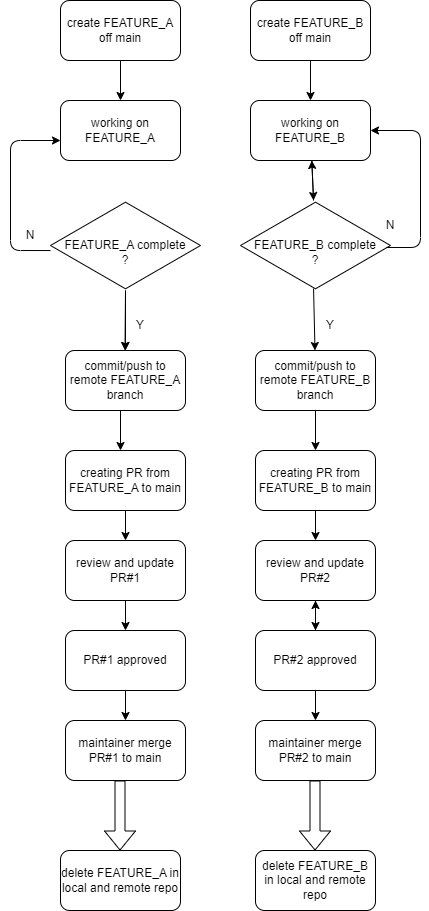
arithdon/git-intro keeps this draw.io diagram as doc/data/git_workflow_feature_branch.drawio.png. Above is the earlier version. Source tidied: cells renumbered, new cells last; positions are measured from the earlier drawing's top-left corner, leaving out a move shared by most shapes.
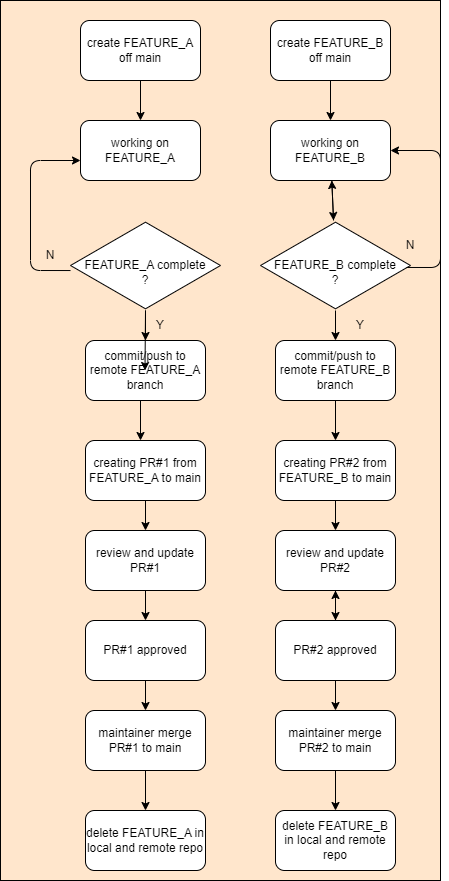
Above is the later version.

Commit message:
Update workflow diagram

Change to the diagram source:
```diff
@@ -2,6 +2,9 @@
   <root>
     <mxCell id="0" />
     <mxCell id="1" parent="0" />
+    <mxCell id="44" style="rounded=0;whiteSpace=wrap;html=1;fillColor=#FFE6CC;" parent="1" vertex="1">
+      <mxGeometry x="-20" y="-20" width="440" height="880" as="geometry" />
+    </mxCell>
     <mxCell id="2" style="edgeStyle=none;html=1;" parent="1" edge="1" source="3" target="4">
       <mxGeometry relative="1" as="geometry" />
     </mxCell>
@@ -32,6 +35,9 @@
     <mxCell id="11" style="edgeStyle=none;html=1;" parent="1" edge="1" source="12" target="10">
       <mxGeometry relative="1" as="geometry" />
     </mxCell>
+    <mxCell id="45" style="edgeStyle=none;html=1;" parent="1" edge="1" source="12" target="30">
+      <mxGeometry relative="1" as="geometry" />
+    </mxCell>
     <mxCell id="12" value="&lt;br&gt;FEATURE_B complete&lt;br&gt;?" style="html=1;whiteSpace=wrap;shape=isoRectangle;" parent="1" vertex="1">
       <mxGeometry x="240" y="200" width="150" height="90" as="geometry" />
     </mxCell>
@@ -48,7 +54,7 @@
       <mxGeometry y="220" width="60" height="30" as="geometry" />
     </mxCell>
     <mxCell id="15" value="commit/push to remote FEATURE_A branch" style="rounded=1;whiteSpace=wrap;html=1;" parent="1" vertex="1">
-      <mxGeometry x="65" y="350" width="120" height="60" as="geometry" />
+      <mxGeometry x="65" y="320" width="120" height="60" as="geometry" />
     </mxCell>
     <mxCell id="16" style="endArrow=classic;html=1;" parent="1" edge="1">
       <mxGeometry relative="1" as="geometry">
@@ -57,28 +63,31 @@
       </mxGeometry>
     </mxCell>
     <mxCell id="17" value="Y" style="text;html=1;strokeColor=none;fillColor=none;align=center;verticalAlign=middle;whiteSpace=wrap;rounded=0;" parent="1" vertex="1">
-      <mxGeometry x="110" y="310" width="60" height="30" as="geometry" />
+      <mxGeometry x="110" y="290" width="60" height="30" as="geometry" />
     </mxCell>
     <mxCell id="18" style="edgeStyle=none;html=1;" parent="1" edge="1" source="19" target="21">
       <mxGeometry relative="1" as="geometry" />
     </mxCell>
-    <mxCell id="19" value="creating PR from FEATURE_A to main" style="rounded=1;whiteSpace=wrap;html=1;" parent="1" vertex="1">
-      <mxGeometry x="65" y="450" width="120" height="60" as="geometry" />
+    <mxCell id="19" value="creating PR#1 from FEATURE_A to main" style="rounded=1;whiteSpace=wrap;html=1;" parent="1" vertex="1">
+      <mxGeometry x="65" y="420" width="120" height="60" as="geometry" />
     </mxCell>
     <mxCell id="20" style="edgeStyle=none;html=1;" parent="1" edge="1" source="21" target="23">
       <mxGeometry relative="1" as="geometry" />
     </mxCell>
     <mxCell id="21" value="review and update PR#1" style="rounded=1;whiteSpace=wrap;html=1;" parent="1" vertex="1">
-      <mxGeometry x="65" y="540" width="120" height="60" as="geometry" />
+      <mxGeometry x="65" y="510" width="120" height="60" as="geometry" />
     </mxCell>
     <mxCell id="22" style="edgeStyle=none;html=1;" parent="1" edge="1" source="23" target="24">
       <mxGeometry relative="1" as="geometry" />
     </mxCell>
     <mxCell id="23" value="PR#1 approved" style="rounded=1;whiteSpace=wrap;html=1;" parent="1" vertex="1">
-      <mxGeometry x="65" y="630" width="120" height="60" as="geometry" />
+      <mxGeometry x="65" y="600" width="120" height="60" as="geometry" />
     </mxCell>
+    <mxCell id="46" style="edgeStyle=none;html=1;" parent="1" edge="1" source="24" target="42">
+      <mxGeometry relative="1" as="geometry" />
+    </mxCell>
     <mxCell id="24" value="maintainer merge PR#1 to main" style="rounded=1;whiteSpace=wrap;html=1;" parent="1" vertex="1">
-      <mxGeometry x="65" y="720" width="120" height="60" as="geometry" />
+      <mxGeometry x="65" y="690" width="120" height="60" as="geometry" />
     </mxCell>
     <mxCell id="25" style="endArrow=classic;html=1;exitX=0.973;exitY=0.522;exitDx=0;exitDy=0;exitPerimeter=0;entryX=1;entryY=0.5;entryDx=0;entryDy=0;" parent="1" edge="1" source="12" target="10">
       <mxGeometry relative="1" as="geometry">
@@ -91,31 +100,26 @@
     <mxCell id="26" value="N" style="text;html=1;strokeColor=none;fillColor=none;align=center;verticalAlign=middle;whiteSpace=wrap;rounded=0;" parent="1" vertex="1">
       <mxGeometry x="360" y="210" width="60" height="30" as="geometry" />
     </mxCell>
-    <mxCell id="27" style="endArrow=classic;html=1;exitX=0.487;exitY=0.978;exitDx=0;exitDy=0;exitPerimeter=0;" parent="1" edge="1" source="12">
-      <mxGeometry relative="1" as="geometry">
-        <mxPoint x="314.5" y="350" as="targetPoint" />
-      </mxGeometry>
-    </mxCell>
     <mxCell id="28" value="Y" style="text;html=1;strokeColor=none;fillColor=none;align=center;verticalAlign=middle;whiteSpace=wrap;rounded=0;" parent="1" vertex="1">
-      <mxGeometry x="300" y="310" width="60" height="30" as="geometry" />
+      <mxGeometry x="310" y="290" width="60" height="30" as="geometry" />
     </mxCell>
     <mxCell id="29" style="edgeStyle=none;html=1;" parent="1" edge="1" source="30" target="32">
       <mxGeometry relative="1" as="geometry" />
     </mxCell>
     <mxCell id="30" value="commit/push to remote FEATURE_B branch" style="rounded=1;whiteSpace=wrap;html=1;" parent="1" vertex="1">
-      <mxGeometry x="255" y="350" width="120" height="60" as="geometry" />
+      <mxGeometry x="255" y="320" width="120" height="60" as="geometry" />
     </mxCell>
     <mxCell id="31" style="edgeStyle=none;html=1;" parent="1" edge="1" source="32" target="34">
       <mxGeometry relative="1" as="geometry" />
     </mxCell>
-    <mxCell id="32" value="creating PR from FEATURE_B to main" style="rounded=1;whiteSpace=wrap;html=1;" parent="1" vertex="1">
-      <mxGeometry x="255" y="450" width="120" height="60" as="geometry" />
+    <mxCell id="32" value="creating PR#2 from FEATURE_B to main" style="rounded=1;whiteSpace=wrap;html=1;" parent="1" vertex="1">
+      <mxGeometry x="255" y="420" width="120" height="60" as="geometry" />
     </mxCell>
     <mxCell id="33" style="edgeStyle=none;html=1;" parent="1" edge="1" source="34" target="37">
       <mxGeometry relative="1" as="geometry" />
     </mxCell>
     <mxCell id="34" value="review and update PR#2" style="rounded=1;whiteSpace=wrap;html=1;" parent="1" vertex="1">
-      <mxGeometry x="255" y="540" width="120" height="60" as="geometry" />
+      <mxGeometry x="255" y="510" width="120" height="60" as="geometry" />
     </mxCell>
     <mxCell id="35" style="edgeStyle=none;html=1;" parent="1" edge="1" source="37" target="38">
       <mxGeometry relative="1" as="geometry" />
@@ -124,34 +128,25 @@
       <mxGeometry relative="1" as="geometry" />
     </mxCell>
     <mxCell id="37" value="PR#2 approved" style="rounded=1;whiteSpace=wrap;html=1;" parent="1" vertex="1">
-      <mxGeometry x="255" y="630" width="120" height="60" as="geometry" />
+      <mxGeometry x="255" y="600" width="120" height="60" as="geometry" />
     </mxCell>
+    <mxCell id="47" style="edgeStyle=none;html=1;" parent="1" edge="1" source="38" target="43">
+      <mxGeometry relative="1" as="geometry" />
+    </mxCell>
     <mxCell id="38" value="maintainer merge PR#2 to main" style="rounded=1;whiteSpace=wrap;html=1;" parent="1" vertex="1">
-      <mxGeometry x="255" y="720" width="120" height="60" as="geometry" />
+      <mxGeometry x="255" y="690" width="120" height="60" as="geometry" />
     </mxCell>
     <mxCell id="39" style="endArrow=classic;html=1;" parent="1" edge="1">
       <mxGeometry relative="1" as="geometry">
-        <mxPoint x="120" y="410" as="sourcePoint" />
-        <mxPoint x="120" y="450" as="targetPoint" />
+        <mxPoint x="120" y="380" as="sourcePoint" />
+        <mxPoint x="120" y="420" as="targetPoint" />
       </mxGeometry>
     </mxCell>
-    <mxCell id="40" style="shape=flexArrow;endArrow=classic;html=1;" parent="1" edge="1">
-      <mxGeometry relative="1" as="geometry">
-        <mxPoint x="119.5" y="780" as="sourcePoint" />
-        <mxPoint x="119.5" y="850" as="targetPoint" />
-      </mxGeometry>
-    </mxCell>
-    <mxCell id="41" style="shape=flexArrow;endArrow=classic;html=1;" parent="1" edge="1">
-      <mxGeometry relative="1" as="geometry">
-        <mxPoint x="314.5" y="780" as="sourcePoint" />
-        <mxPoint x="314.5" y="850" as="targetPoint" />
-      </mxGeometry>
-    </mxCell>
     <mxCell id="42" value="delete FEATURE_A in local and remote repo" style="rounded=1;whiteSpace=wrap;html=1;" parent="1" vertex="1">
-      <mxGeometry x="60" y="850" width="120" height="60" as="geometry" />
+      <mxGeometry x="65" y="790" width="120" height="60" as="geometry" />
     </mxCell>
     <mxCell id="43" value="delete FEATURE_B in local and remote repo" style="rounded=1;whiteSpace=wrap;html=1;" parent="1" vertex="1">
-      <mxGeometry x="255" y="850" width="120" height="60" as="geometry" />
+      <mxGeometry x="255" y="790" width="120" height="60" as="geometry" />
     </mxCell>
   </root>
 </mxGraphModel>
```
